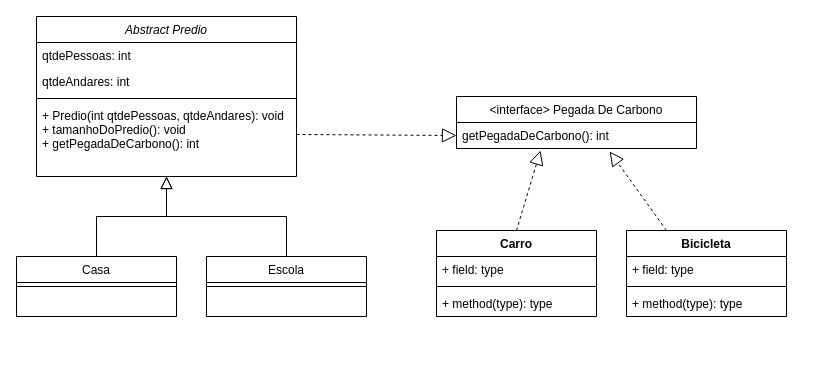
Above: POO/Lista 2/Ex3/Lista2Ex3.drawio in HeitorPupim/usp-2022.1 (draw.io), before the change. Source tidied: cells renumbered, new cells numbered last; positions are measured from the earlier drawing's top-left corner, leaving out a move shared by most shapes. Both pictures are drawn from the tidied source at 100%, with x=0, y=0 at pixel (16, 16).
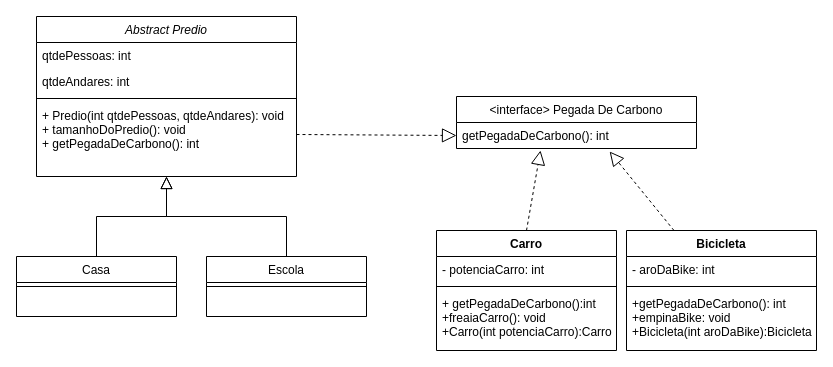
After the change.

Diff of the diagram source:
```diff
@@
     <mxCell id="16" value="Carro" style="swimlane;fontStyle=1;align=center;verticalAlign=top;horizontal=1;startSize=26;" parent="1" vertex="1">
-      <mxGeometry x="420" y="214" width="160" height="86" as="geometry" />
+      <mxGeometry x="420" y="214" width="180" height="120" as="geometry" />
     </mxCell>
-    <mxCell id="17" value="+ field: type" style="text;strokeColor=none;fillColor=none;align=left;verticalAlign=top;spacingLeft=4;spacingRight=4;overflow=hidden;" parent="16" vertex="1">
-      <mxGeometry y="26" width="160" height="26" as="geometry" />
+    <mxCell id="17" value="- potenciaCarro: int" style="text;strokeColor=none;fillColor=none;align=left;verticalAlign=top;spacingLeft=4;spacingRight=4;overflow=hidden;" parent="16" vertex="1">
+      <mxGeometry y="26" width="180" height="26" as="geometry" />
     </mxCell>
     <mxCell id="18" style="line;strokeWidth=1;fillColor=none;align=left;verticalAlign=middle;spacingTop=-1;spacingLeft=3;spacingRight=3;labelPosition=right;" parent="16" vertex="1">
-      <mxGeometry y="52" width="160" height="8" as="geometry" />
+      <mxGeometry y="52" width="180" height="8" as="geometry" />
     </mxCell>
-    <mxCell id="19" value="+ method(type): type" style="text;strokeColor=none;fillColor=none;align=left;verticalAlign=top;spacingLeft=4;spacingRight=4;overflow=hidden;" parent="16" vertex="1">
-      <mxGeometry y="60" width="160" height="26" as="geometry" />
+    <mxCell id="19" value="+ getPegadaDeCarbono():int&#10;+freaiaCarro(): void&#10;+Carro(int potenciaCarro):Carro" style="text;strokeColor=none;fillColor=none;align=left;verticalAlign=top;spacingLeft=4;spacingRight=4;overflow=hidden;" parent="16" vertex="1">
+      <mxGeometry y="60" width="180" height="60" as="geometry" />
     </mxCell>
     <mxCell id="20" value="Bicicleta" style="swimlane;fontStyle=1;align=center;verticalAlign=top;horizontal=1;startSize=26;" parent="1" vertex="1">
-      <mxGeometry x="610" y="214" width="160" height="86" as="geometry" />
+      <mxGeometry x="610" y="214" width="190" height="120" as="geometry" />
     </mxCell>
-    <mxCell id="21" value="+ field: type" style="text;strokeColor=none;fillColor=none;align=left;verticalAlign=top;spacingLeft=4;spacingRight=4;overflow=hidden;" parent="20" vertex="1">
-      <mxGeometry y="26" width="160" height="26" as="geometry" />
+    <mxCell id="21" value="- aroDaBike: int" style="text;strokeColor=none;fillColor=none;align=left;verticalAlign=top;spacingLeft=4;spacingRight=4;overflow=hidden;" parent="20" vertex="1">
+      <mxGeometry y="26" width="190" height="26" as="geometry" />
     </mxCell>
     <mxCell id="22" style="line;strokeWidth=1;fillColor=none;align=left;verticalAlign=middle;spacingTop=-1;spacingLeft=3;spacingRight=3;labelPosition=right;" parent="20" vertex="1">
-      <mxGeometry y="52" width="160" height="8" as="geometry" />
+      <mxGeometry y="52" width="190" height="8" as="geometry" />
     </mxCell>
-    <mxCell id="23" value="+ method(type): type" style="text;strokeColor=none;fillColor=none;align=left;verticalAlign=top;spacingLeft=4;spacingRight=4;overflow=hidden;" parent="20" vertex="1">
-      <mxGeometry y="60" width="160" height="26" as="geometry" />
+    <mxCell id="23" value="+getPegadaDeCarbono(): int&#10;+empinaBike: void&#10;+Bicicleta(int aroDaBike):Bicicleta" style="text;strokeColor=none;fillColor=none;align=left;verticalAlign=top;spacingLeft=4;spacingRight=4;overflow=hidden;" parent="20" vertex="1">
+      <mxGeometry y="60" width="190" height="60" as="geometry" />
     </mxCell>
```
